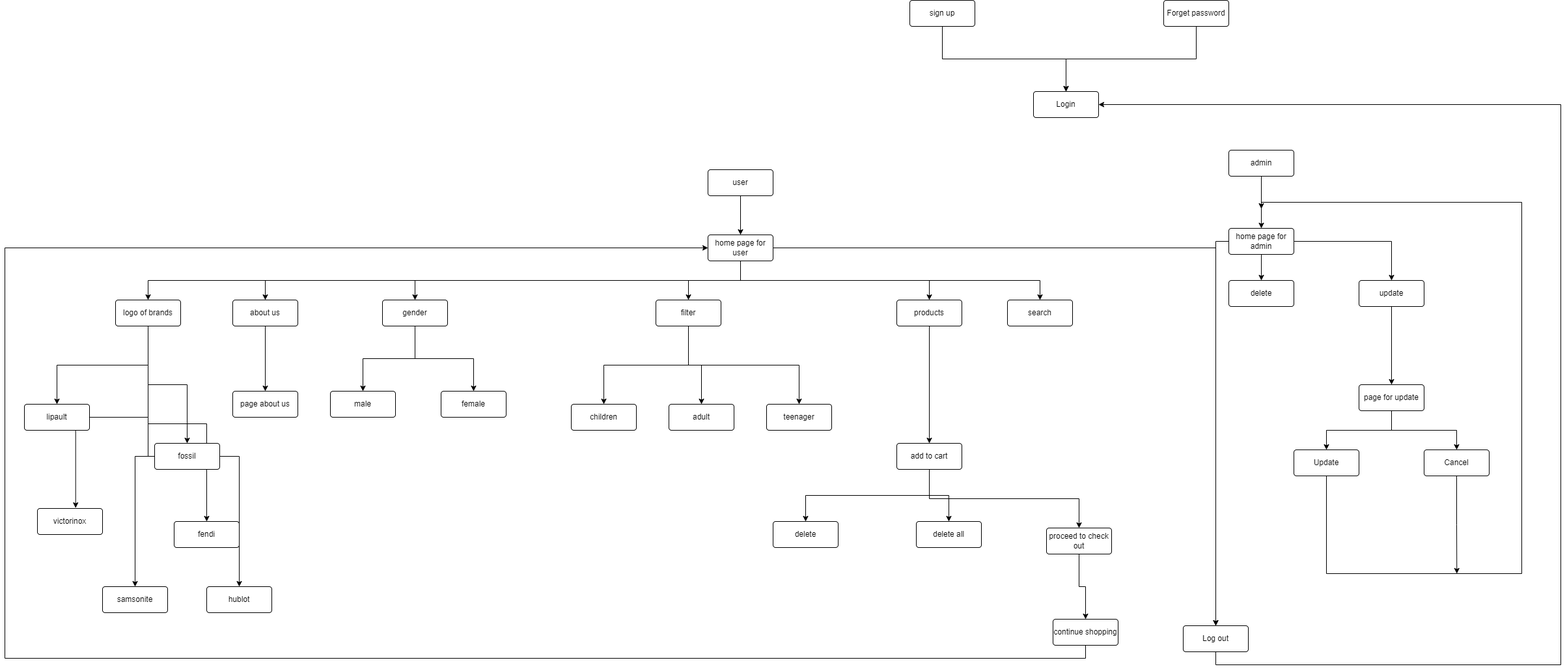
This is component/sitemap.png from jeikai/eProject, a draw.io export, as it was before one commit. Source tidied: cells renumbered, new cells last; positions are measured from the earlier drawing's top-left corner, leaving out a move shared by most shapes.
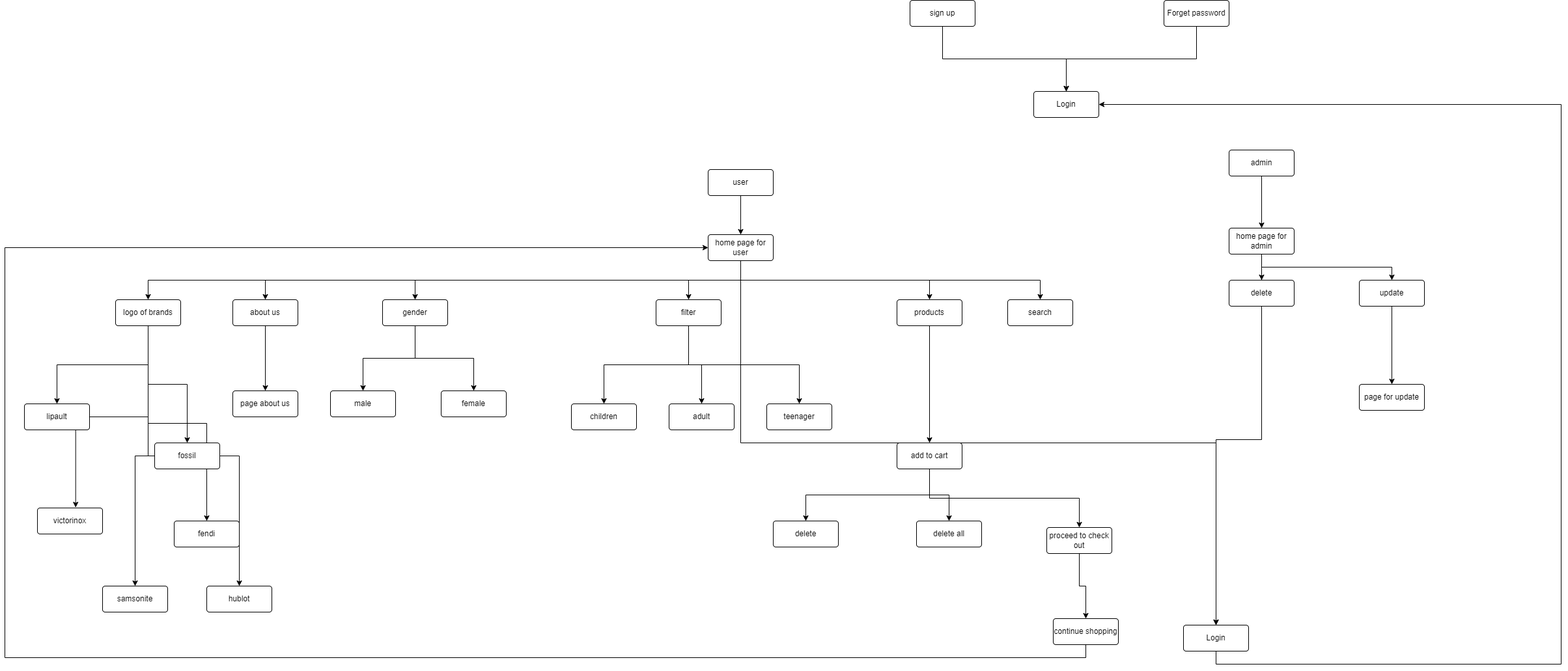
After the commit.

What changed in the source:
```diff
@@ -48,20 +48,10 @@
       <mxGeometry relative="1" as="geometry" />
     </mxCell>
     <mxCell id="17" style="edgeStyle=orthogonalEdgeStyle;rounded=0;jettySize=auto;html=1;exitX=0.5;exitY=1;exitDx=0;exitDy=0;entryX=0.5;entryY=0;entryDx=0;entryDy=0;" parent="1" edge="1" source="19" target="61">
-      <mxGeometry relative="1" as="geometry">
-        <Array as="points">
-          <mxPoint x="1930" y="370" />
-          <mxPoint x="2130" y="370" />
-        </Array>
-      </mxGeometry>
+      <mxGeometry relative="1" as="geometry" />
     </mxCell>
     <mxCell id="18" style="edgeStyle=orthogonalEdgeStyle;rounded=0;jettySize=auto;html=1;exitX=0.5;exitY=1;exitDx=0;exitDy=0;entryX=0.5;entryY=0;entryDx=0;entryDy=0;" parent="1" edge="1" source="19" target="56">
-      <mxGeometry relative="1" as="geometry">
-        <Array as="points">
-          <mxPoint x="1930" y="370" />
-          <mxPoint x="1860" y="370" />
-        </Array>
-      </mxGeometry>
+      <mxGeometry relative="1" as="geometry" />
     </mxCell>
     <mxCell id="19" value="home page for admin" style="rounded=1;arcSize=10;whiteSpace=wrap;html=1;align=center;" parent="1" vertex="1">
       <mxGeometry x="1880" y="350" width="100" height="40" as="geometry" />
@@ -85,12 +75,7 @@
       <mxGeometry relative="1" as="geometry" />
     </mxCell>
     <mxCell id="26" style="edgeStyle=orthogonalEdgeStyle;rounded=0;jettySize=auto;html=1;exitX=0.5;exitY=1;exitDx=0;exitDy=0;" parent="1" edge="1" source="27" target="56">
-      <mxGeometry relative="1" as="geometry">
-        <Array as="points">
-          <mxPoint x="1130" y="380" />
-          <mxPoint x="1860" y="380" />
-        </Array>
-      </mxGeometry>
+      <mxGeometry relative="1" as="geometry" />
     </mxCell>
     <mxCell id="27" value="home page for user" style="rounded=1;arcSize=10;whiteSpace=wrap;html=1;align=center;" parent="1" vertex="1">
       <mxGeometry x="1080" y="360" width="100" height="40" as="geometry" />
@@ -191,15 +176,9 @@
         </Array>
       </mxGeometry>
     </mxCell>
-    <mxCell id="56" value="Log out" style="rounded=1;arcSize=10;whiteSpace=wrap;html=1;align=center;" parent="1" vertex="1">
+    <mxCell id="56" value="Login" style="rounded=1;arcSize=10;whiteSpace=wrap;html=1;align=center;" parent="1" vertex="1">
       <mxGeometry x="1810" y="960" width="100" height="40" as="geometry" />
     </mxCell>
-    <mxCell id="57" style="edgeStyle=orthogonalEdgeStyle;rounded=0;jettySize=auto;html=1;exitX=0.5;exitY=1;exitDx=0;exitDy=0;entryX=0.5;entryY=0;entryDx=0;entryDy=0;" parent="1" edge="1" source="59" target="73">
-      <mxGeometry relative="1" as="geometry" />
-    </mxCell>
-    <mxCell id="58" style="edgeStyle=orthogonalEdgeStyle;rounded=0;jettySize=auto;html=1;exitX=0.5;exitY=1;exitDx=0;exitDy=0;entryX=0.5;entryY=0;entryDx=0;entryDy=0;" parent="1" edge="1" source="59" target="75">
-      <mxGeometry relative="1" as="geometry" />
-    </mxCell>
     <mxCell id="59" value="page for update" style="rounded=1;arcSize=10;whiteSpace=wrap;html=1;align=center;" parent="1" vertex="1">
       <mxGeometry x="2080" y="590" width="100" height="40" as="geometry" />
     </mxCell>
@@ -239,27 +218,5 @@
     <mxCell id="71" value="lipault" style="rounded=1;arcSize=10;whiteSpace=wrap;html=1;align=center;" parent="1" vertex="1">
       <mxGeometry x="30" y="620" width="100" height="40" as="geometry" />
     </mxCell>
-    <mxCell id="72" style="edgeStyle=orthogonalEdgeStyle;rounded=0;jettySize=auto;html=1;exitX=0.5;exitY=1;exitDx=0;exitDy=0;" parent="1" edge="1" source="73">
-      <mxGeometry relative="1" as="geometry">
-        <mxPoint x="1930" y="320" as="targetPoint" />
-        <Array as="points">
-          <mxPoint x="2030" y="880" />
-          <mxPoint x="2330" y="880" />
-          <mxPoint x="2330" y="310" />
-          <mxPoint x="1930" y="310" />
-        </Array>
-      </mxGeometry>
-    </mxCell>
-    <mxCell id="73" value="Update" style="rounded=1;arcSize=10;whiteSpace=wrap;html=1;align=center;" parent="1" vertex="1">
-      <mxGeometry x="1980" y="690" width="100" height="40" as="geometry" />
-    </mxCell>
-    <mxCell id="74" style="edgeStyle=orthogonalEdgeStyle;rounded=0;jettySize=auto;html=1;exitX=0.5;exitY=1;exitDx=0;exitDy=0;" parent="1" edge="1" source="75">
-      <mxGeometry relative="1" as="geometry">
-        <mxPoint x="2230.3" y="880" as="targetPoint" />
-      </mxGeometry>
-    </mxCell>
-    <mxCell id="75" value="Cancel" style="rounded=1;arcSize=10;whiteSpace=wrap;html=1;align=center;" parent="1" vertex="1">
-      <mxGeometry x="2180" y="690" width="100" height="40" as="geometry" />
-    </mxCell>
   </root>
 </mxGraphModel>
```
